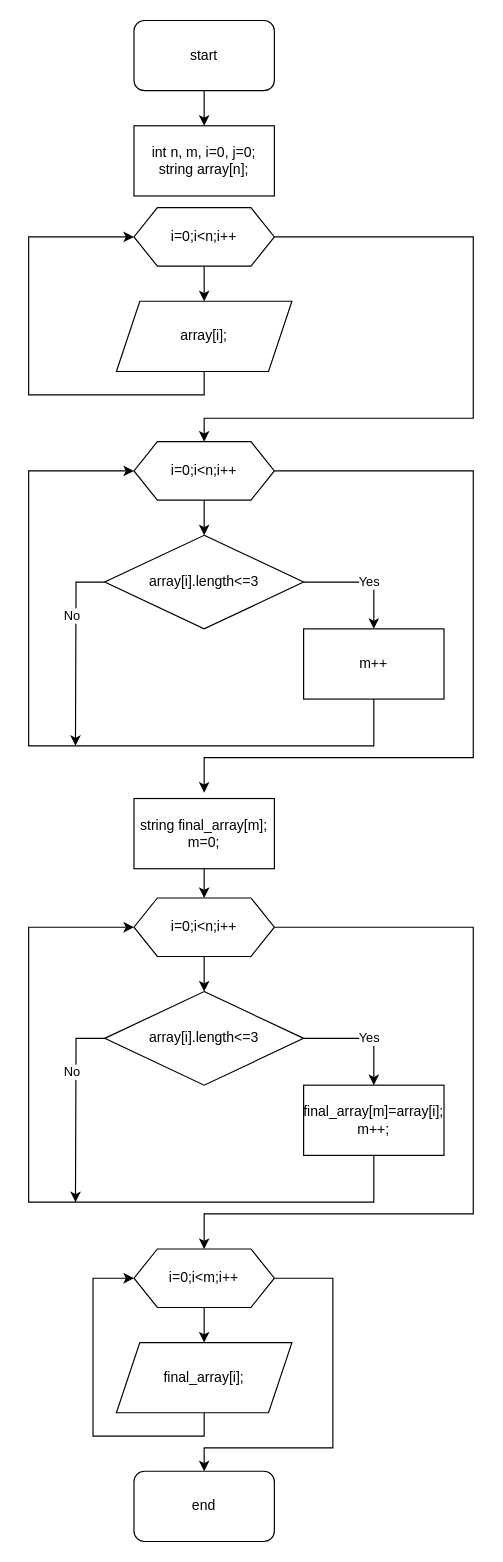
Above: final verification work.drawio in NathanOlgrin/final_verification_work (draw.io), before the change. Source tidied: cells renumbered, new cells numbered last; positions are measured from the earlier drawing's top-left corner, leaving out a move shared by most shapes. Both pictures are drawn from the tidied source at 117%, with x=0, y=0 at pixel (28, 20).
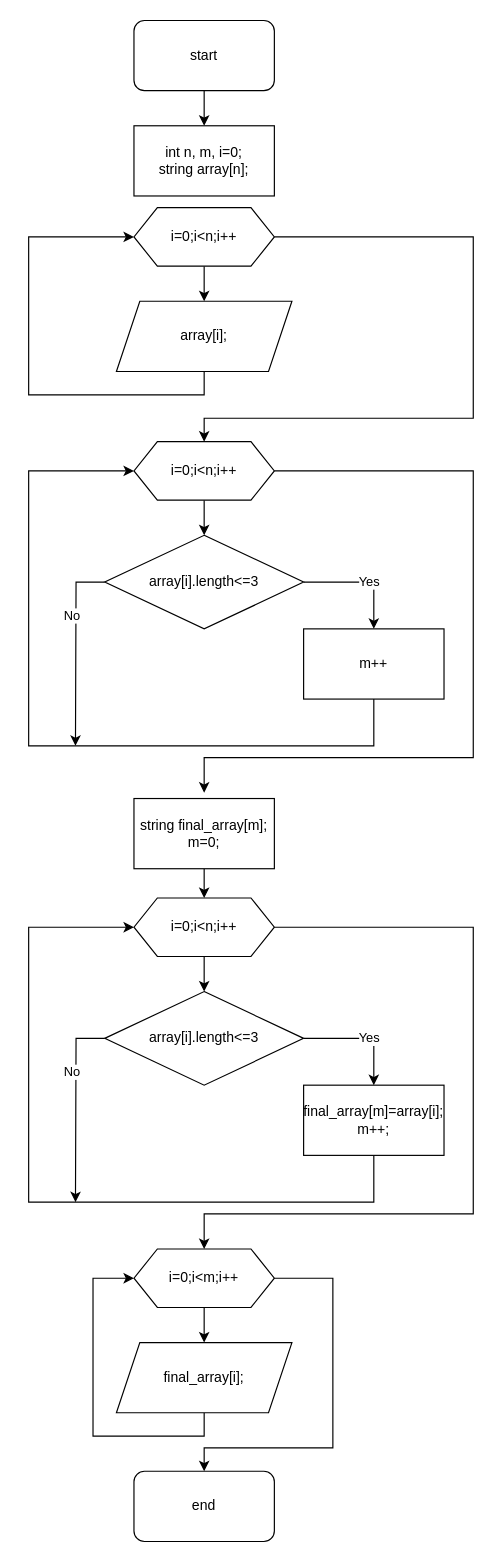
After the change.

The edit, as a diff of the source:
```diff
@@
-    <mxCell id="6" value="int n, m, i=0, j=0;&lt;br&gt;string array[n];" style="rounded=0;whiteSpace=wrap;html=1;" parent="1" vertex="1">
+    <mxCell id="6" value="int n, m, i=0;&lt;br&gt;string array[n];" style="rounded=0;whiteSpace=wrap;html=1;" parent="1" vertex="1">
       <mxGeometry x="90" y="90" width="120" height="60" as="geometry" />
     </mxCell>
```
